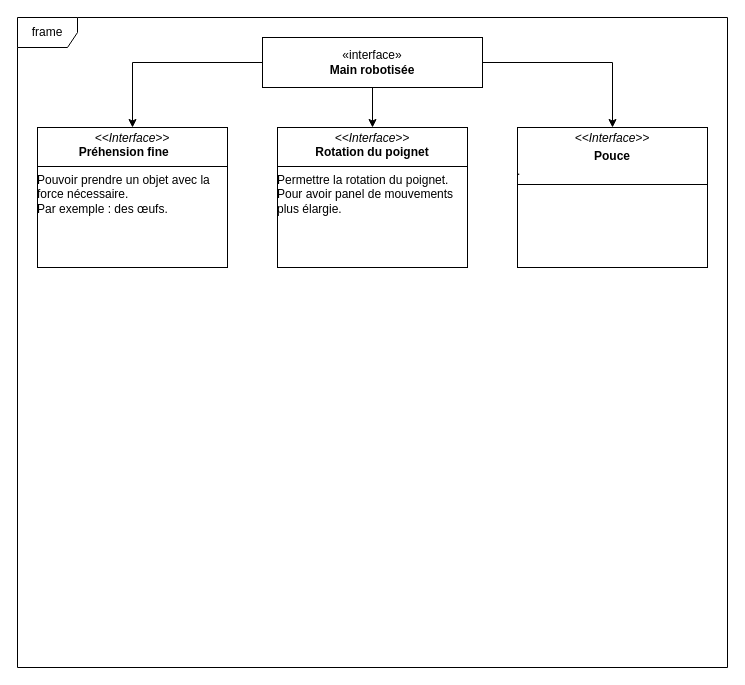
This is Diagramme sans nom.drawio from el2zay/main_robotise, a draw.io file, before an edit. Source tidied: cells renumbered, new cells numbered last; positions are measured from the earlier drawing's top-left corner, leaving out a move shared by most shapes. Both pictures are drawn from the tidied source at 100%, with x=0, y=0 at pixel (17, 17).
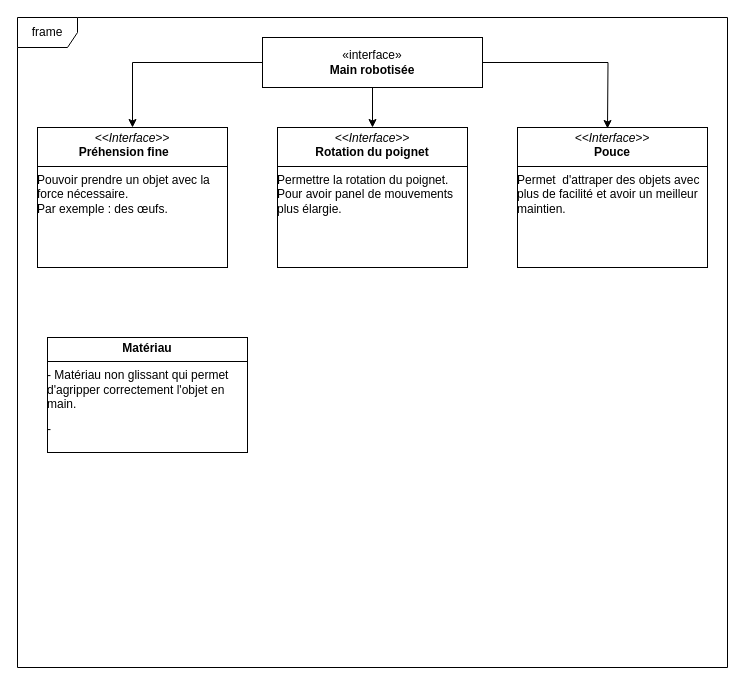
The same page after the edit.

Commit message (it also covers changes not shown here):
Mettre à jour Diagramme sans nom.drawio

Change to the diagram source:
```diff
@@
 <mxGraphModel>
   <root>
     <mxCell id="0" />
     <mxCell id="1" parent="0" />
     <mxCell id="2" value="frame" style="shape=umlFrame;whiteSpace=wrap;html=1;" parent="1" vertex="1">
       <mxGeometry width="710" height="650" as="geometry" />
     </mxCell>
     <mxCell id="3" style="edgeStyle=orthogonalEdgeStyle;rounded=0;jettySize=auto;html=1;exitX=0;exitY=0.5;exitDx=0;exitDy=0;" parent="1" edge="1" source="6" target="7">
       <mxGeometry relative="1" as="geometry" />
     </mxCell>
     <mxCell id="4" style="edgeStyle=orthogonalEdgeStyle;rounded=0;jettySize=auto;html=1;exitX=0.5;exitY=1;exitDx=0;exitDy=0;" parent="1" edge="1" source="6" target="9">
       <mxGeometry relative="1" as="geometry" />
     </mxCell>
-    <mxCell id="5" style="edgeStyle=orthogonalEdgeStyle;rounded=0;jettySize=auto;html=1;exitX=1;exitY=0.5;exitDx=0;exitDy=0;entryX=0.5;entryY=0;entryDx=0;entryDy=0;" parent="1" edge="1" source="6" target="8">
-      <mxGeometry relative="1" as="geometry" />
+    <mxCell id="5" style="edgeStyle=orthogonalEdgeStyle;rounded=0;jettySize=auto;html=1;exitX=1;exitY=0.5;exitDx=0;exitDy=0;entryX=0.5;entryY=0;entryDx=0;entryDy=0;" parent="1" edge="1" source="6">
+      <mxGeometry relative="1" as="geometry">
+        <mxPoint x="590" y="111" as="targetPoint" />
+      </mxGeometry>
     </mxCell>
     <mxCell id="6" value="«interface»&lt;br&gt;&lt;b&gt;Main robotisée&lt;/b&gt;" style="html=1;whiteSpace=wrap;" parent="1" vertex="1">
       <mxGeometry x="245" y="20" width="220" height="50" as="geometry" />
     </mxCell>
     <mxCell id="7" value="&lt;p style=&quot;margin:0px;margin-top:4px;text-align:center;&quot;&gt;&lt;i&gt;&amp;lt;&amp;lt;Interface&amp;gt;&amp;gt;&lt;/i&gt;&lt;br&gt;&lt;b&gt;Préhension fine&lt;span style=&quot;white-space: pre;&quot;&gt;&#9;&lt;/span&gt;&lt;/b&gt;&lt;br&gt;&lt;/p&gt;&lt;hr style=&quot;border-style:solid;&quot; size=&quot;1&quot;&gt;&lt;div&gt;Pouvoir prendre un objet avec la force nécessaire. &lt;br&gt;&lt;/div&gt;&lt;div&gt;Par exemple : des œufs.&lt;/div&gt;&lt;div&gt;&lt;br&gt;&lt;/div&gt;&lt;div&gt;&lt;br&gt;&lt;/div&gt;&lt;div&gt;&lt;br&gt;&lt;/div&gt;&lt;div&gt;&lt;br&gt;&lt;/div&gt;&lt;div&gt;&lt;br&gt;&lt;/div&gt;&lt;div&gt;&lt;br&gt;&lt;/div&gt;&lt;div&gt;&lt;br&gt;&lt;/div&gt;&lt;div&gt;&lt;br&gt;&lt;/div&gt;&lt;div&gt;&lt;br&gt;&lt;/div&gt;&lt;div&gt;&lt;br&gt;&lt;/div&gt;" style="verticalAlign=top;align=left;overflow=fill;html=1;whiteSpace=wrap;" parent="1" vertex="1">
       <mxGeometry x="20" y="110" width="190" height="140" as="geometry" />
     </mxCell>
-    <mxCell id="8" value="&lt;p style=&quot;margin:0px;margin-top:4px;text-align:center;&quot;&gt;&lt;i&gt;&amp;lt;&amp;lt;Interface&amp;gt;&amp;gt;&lt;/i&gt;&lt;/p&gt;&lt;p style=&quot;margin:0px;margin-top:4px;text-align:center;&quot;&gt;&lt;b&gt;Pouce&lt;/b&gt;&lt;br&gt;&lt;/p&gt;.&lt;hr style=&quot;border-style:solid;&quot; size=&quot;1&quot;&gt;" style="verticalAlign=top;align=left;overflow=fill;html=1;whiteSpace=wrap;" parent="1" vertex="1">
-      <mxGeometry x="500" y="110" width="190" height="140" as="geometry" />
-    </mxCell>
     <mxCell id="9" value="&lt;p style=&quot;margin:0px;margin-top:4px;text-align:center;&quot;&gt;&lt;i&gt;&amp;lt;&amp;lt;Interface&amp;gt;&amp;gt;&lt;/i&gt;&lt;br&gt;&lt;b&gt;Rotation du poignet&lt;/b&gt;&lt;br&gt;&lt;/p&gt;&lt;hr style=&quot;border-style:solid;&quot; size=&quot;1&quot;&gt;&lt;div&gt;Permettre la rotation du poignet. Pour avoir panel de mouvements plus élargie.&lt;/div&gt;&lt;div&gt;&lt;br&gt;&lt;/div&gt;&lt;div&gt;&lt;br&gt;&lt;/div&gt;&lt;div&gt;&lt;br&gt;&lt;/div&gt;&lt;div&gt;&lt;br&gt;&lt;/div&gt;&lt;div&gt;&lt;br&gt;&lt;/div&gt;&lt;div&gt;&lt;br&gt;&lt;/div&gt;&lt;div&gt;&lt;br&gt;&lt;/div&gt;&lt;div&gt;&lt;br&gt;&lt;/div&gt;&lt;div&gt;&lt;br&gt;&lt;/div&gt;&lt;div&gt;&lt;br&gt;&lt;/div&gt;&lt;div&gt;&lt;br&gt;&lt;/div&gt;" style="verticalAlign=top;align=left;overflow=fill;html=1;whiteSpace=wrap;" parent="1" vertex="1">
       <mxGeometry x="260" y="110" width="190" height="140" as="geometry" />
     </mxCell>
+    <mxCell id="10" value="&lt;p style=&quot;margin:0px;margin-top:4px;text-align:center;&quot;&gt;&lt;i&gt;&amp;lt;&amp;lt;Interface&amp;gt;&amp;gt;&lt;/i&gt;&lt;br&gt;&lt;b&gt;Pouce&lt;/b&gt;&lt;br&gt;&lt;/p&gt;&lt;hr style=&quot;border-style:solid;&quot; size=&quot;1&quot;&gt;Permet&amp;nbsp; d'attraper des objets avec plus de facilité et avoir un meilleur maintien.&lt;br&gt;&lt;div&gt;&lt;br&gt;&lt;/div&gt;&lt;div&gt;&lt;br&gt;&lt;/div&gt;&lt;div&gt;&lt;br&gt;&lt;/div&gt;&lt;div&gt;&lt;br&gt;&lt;/div&gt;&lt;div&gt;&lt;br&gt;&lt;/div&gt;&lt;div&gt;&lt;br&gt;&lt;/div&gt;&lt;div&gt;&lt;br&gt;&lt;/div&gt;&lt;div&gt;&lt;br&gt;&lt;/div&gt;&lt;div&gt;&lt;br&gt;&lt;/div&gt;" style="verticalAlign=top;align=left;overflow=fill;html=1;whiteSpace=wrap;" parent="1" vertex="1">
+      <mxGeometry x="500" y="110" width="190" height="140" as="geometry" />
+    </mxCell>
+    <mxCell id="11" value="&lt;p style=&quot;margin:0px;margin-top:4px;text-align:center;&quot;&gt;&lt;b&gt;Matériau&lt;/b&gt;&lt;/p&gt;&lt;hr style=&quot;border-style:solid;&quot; size=&quot;1&quot;&gt;&lt;div style=&quot;height:2px;&quot;&gt;- Matériau non glissant qui permet d'agripper correctement l'objet en main.&amp;nbsp;&lt;/div&gt;&lt;div style=&quot;height:2px;&quot;&gt;&lt;br&gt;&lt;/div&gt;&lt;div style=&quot;height:2px;&quot;&gt;&lt;br&gt;&lt;/div&gt;&lt;div style=&quot;height:2px;&quot;&gt;&lt;br&gt;&lt;/div&gt;&lt;div style=&quot;height:2px;&quot;&gt;&lt;br&gt;&lt;/div&gt;&lt;div&gt;&lt;br&gt;&lt;/div&gt;&lt;div&gt;&lt;br&gt;&lt;/div&gt;&lt;div&gt;&lt;br&gt;&lt;/div&gt;&lt;div&gt;- &lt;br&gt;&lt;/div&gt;" style="verticalAlign=top;align=left;overflow=fill;html=1;whiteSpace=wrap;" parent="1" vertex="1">
+      <mxGeometry x="30" y="320" width="200" height="115" as="geometry" />
+    </mxCell>
   </root>
 </mxGraphModel>
```
